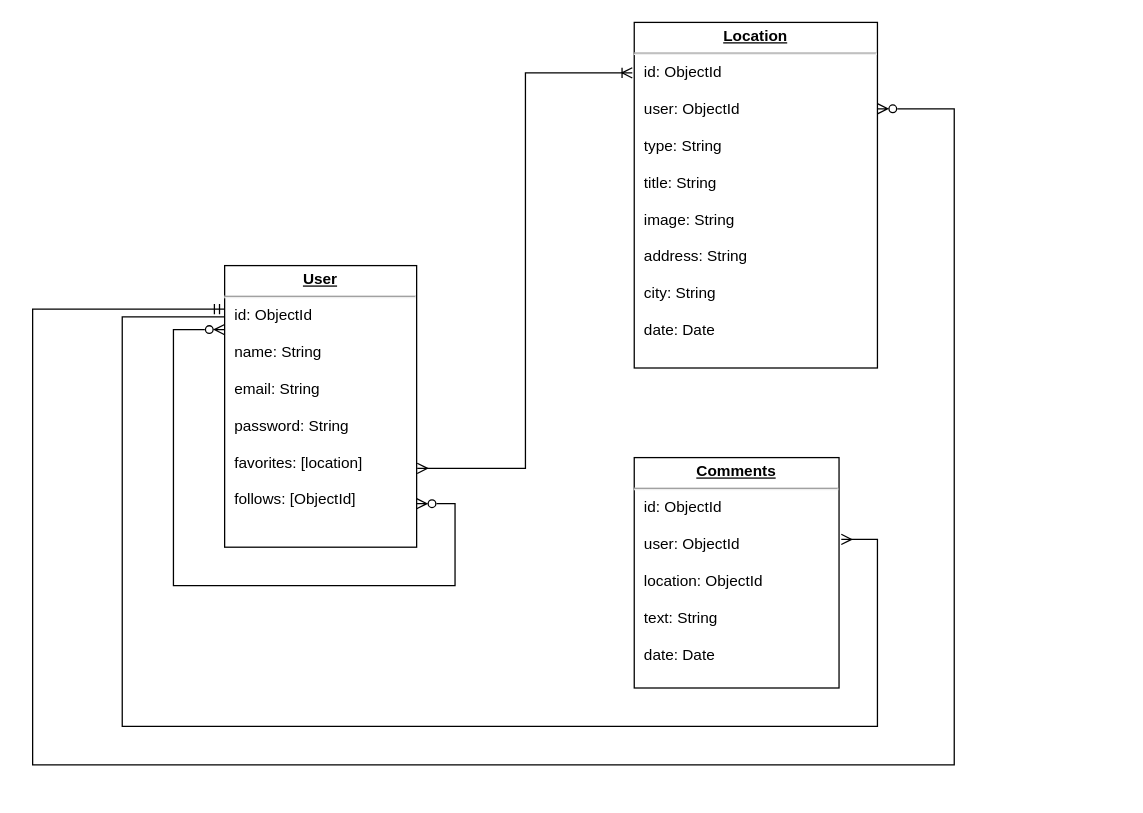
b00tc4mp/neoland-bootcamp-202201 keeps this draw.io diagram as staff/paula-rey/full-stack/final-project/docs/images/data-model.drawio. Above is the earlier version. Source tidied: cells renumbered, new cells numbered last; positions are measured from the earlier drawing's top-left corner, leaving out a move shared by most shapes. Both pictures are drawn from the tidied source at 128%, with x=0, y=0 at pixel (32, 22).
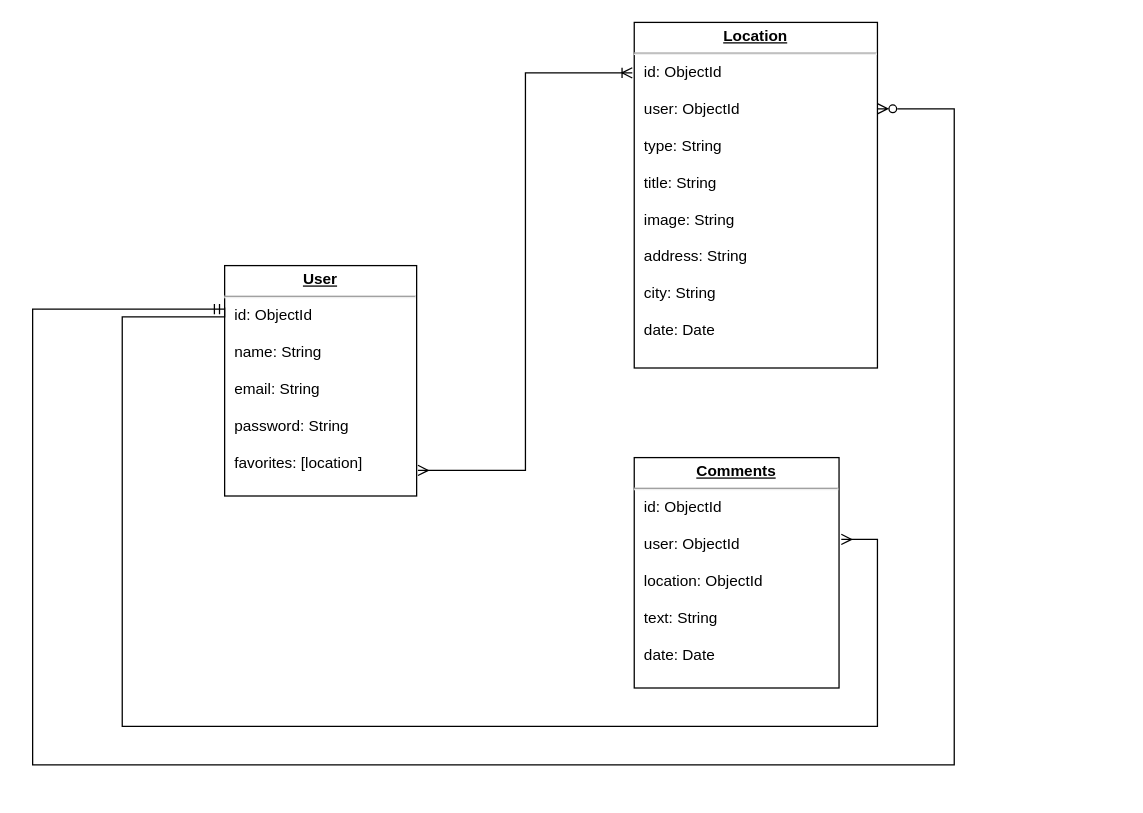
After the change.

The change refers to these unchanged cells:
```xml
<mxCell id="3" value="&lt;p style=&quot;margin: 0px ; margin-top: 4px ; text-align: center ; text-decoration: underline&quot;&gt;&lt;b&gt;Location&lt;/b&gt;&lt;/p&gt;&lt;hr&gt;&lt;p style=&quot;margin: 0px ; margin-left: 8px&quot;&gt;id: ObjectId&lt;/p&gt;&lt;p style=&quot;margin: 0px ; margin-left: 8px&quot;&gt;&lt;br&gt;&lt;/p&gt;&lt;p style=&quot;margin: 0px ; margin-left: 8px&quot;&gt;user: ObjectId&lt;br&gt;&lt;/p&gt;&lt;p style=&quot;margin: 0px ; margin-left: 8px&quot;&gt;&lt;br&gt;&lt;/p&gt;&lt;p style=&quot;margin: 0px ; margin-left: 8px&quot;&gt;type: String&lt;/p&gt;&lt;p style=&quot;margin: 0px ; margin-left: 8px&quot;&gt;&lt;br&gt;&lt;/p&gt;&lt;p style=&quot;margin: 0px ; margin-left: 8px&quot;&gt;title:&amp;nbsp;&lt;span&gt;String&lt;/span&gt;&lt;/p&gt;&lt;p style=&quot;margin: 0px ; margin-left: 8px&quot;&gt;&lt;br&gt;image: String&lt;/p&gt;&lt;p style=&quot;margin: 0px ; margin-left: 8px&quot;&gt;&lt;br&gt;&lt;/p&gt;&lt;p style=&quot;margin: 0px ; margin-left: 8px&quot;&gt;&lt;span&gt;address: String&lt;/span&gt;&lt;/p&gt;&lt;p style=&quot;margin: 0px ; margin-left: 8px&quot;&gt;&lt;span&gt;&lt;br&gt;&lt;/span&gt;&lt;/p&gt;&lt;p style=&quot;margin: 0px ; margin-left: 8px&quot;&gt;city: String&lt;/p&gt;&lt;p style=&quot;margin: 0px ; margin-left: 8px&quot;&gt;&lt;br&gt;&lt;/p&gt;&lt;p style=&quot;margin: 0px ; margin-left: 8px&quot;&gt;date: Date&lt;/p&gt;" style="verticalAlign=top;align=left;overflow=fill;fontSize=12;fontFamily=Helvetica;html=1;" parent="1" vertex="1">
  <mxGeometry x="470" width="190" height="270" as="geometry" />
</mxCell>
```

What changed in the source:
```diff
@@
-    <mxCell id="2" value="&lt;p style=&quot;margin: 0px ; margin-top: 4px ; text-align: center ; text-decoration: underline&quot;&gt;&lt;b&gt;User&lt;/b&gt;&lt;/p&gt;&lt;hr&gt;&lt;p style=&quot;margin: 0px ; margin-left: 8px&quot;&gt;id: ObjectId&lt;/p&gt;&lt;p style=&quot;margin: 0px ; margin-left: 8px&quot;&gt;&lt;br&gt;&lt;/p&gt;&lt;p style=&quot;margin: 0px ; margin-left: 8px&quot;&gt;name:&amp;nbsp;&lt;span&gt;String&lt;/span&gt;&lt;/p&gt;&lt;p style=&quot;margin: 0px ; margin-left: 8px&quot;&gt;&lt;br&gt;email: String&lt;/p&gt;&lt;p style=&quot;margin: 0px ; margin-left: 8px&quot;&gt;&lt;br&gt;&lt;/p&gt;&lt;p style=&quot;margin: 0px ; margin-left: 8px&quot;&gt;password: String&lt;/p&gt;&lt;p style=&quot;margin: 0px ; margin-left: 8px&quot;&gt;&lt;br&gt;&lt;/p&gt;&lt;p style=&quot;margin: 0px ; margin-left: 8px&quot;&gt;favorites: [location]&lt;/p&gt;&lt;p style=&quot;margin: 0px ; margin-left: 8px&quot;&gt;&lt;br&gt;&lt;/p&gt;&lt;p style=&quot;margin: 0px ; margin-left: 8px&quot;&gt;follows: [ObjectId]&lt;/p&gt;" style="verticalAlign=top;align=left;overflow=fill;fontSize=12;fontFamily=Helvetica;html=1;" parent="1" vertex="1">
-      <mxGeometry x="150" y="190" width="150" height="220" as="geometry" />
+    <mxCell id="2" value="&lt;p style=&quot;margin: 0px ; margin-top: 4px ; text-align: center ; text-decoration: underline&quot;&gt;&lt;b&gt;User&lt;/b&gt;&lt;/p&gt;&lt;hr&gt;&lt;p style=&quot;margin: 0px ; margin-left: 8px&quot;&gt;id: ObjectId&lt;/p&gt;&lt;p style=&quot;margin: 0px ; margin-left: 8px&quot;&gt;&lt;br&gt;&lt;/p&gt;&lt;p style=&quot;margin: 0px ; margin-left: 8px&quot;&gt;name:&amp;nbsp;&lt;span&gt;String&lt;/span&gt;&lt;/p&gt;&lt;p style=&quot;margin: 0px ; margin-left: 8px&quot;&gt;&lt;br&gt;email: String&lt;/p&gt;&lt;p style=&quot;margin: 0px ; margin-left: 8px&quot;&gt;&lt;br&gt;&lt;/p&gt;&lt;p style=&quot;margin: 0px ; margin-left: 8px&quot;&gt;password: String&lt;/p&gt;&lt;p style=&quot;margin: 0px ; margin-left: 8px&quot;&gt;&lt;br&gt;&lt;/p&gt;&lt;p style=&quot;margin: 0px ; margin-left: 8px&quot;&gt;favorites: [location]&lt;/p&gt;&lt;p style=&quot;margin: 0px ; margin-left: 8px&quot;&gt;&lt;br&gt;&lt;/p&gt;&lt;p style=&quot;margin: 0px ; margin-left: 8px&quot;&gt;&lt;br&gt;&lt;/p&gt;" style="verticalAlign=top;align=left;overflow=fill;fontSize=12;fontFamily=Helvetica;html=1;" parent="1" vertex="1">
+      <mxGeometry x="150" y="190" width="150" height="180" as="geometry" />
     </mxCell>
@@
-    <mxCell id="9" style="edgeStyle=orthogonalEdgeStyle;fontSize=12;html=1;endArrow=ERoneToMany;rounded=0;entryX=-0.008;entryY=0.146;entryDx=0;entryDy=0;exitX=1.003;exitY=0.72;exitDx=0;exitDy=0;exitPerimeter=0;entryPerimeter=0;startArrow=ERmany;startFill=0;" parent="1" edge="1" source="2" target="3">
-      <mxGeometry relative="1" as="geometry" />
+    <mxCell id="9" style="edgeStyle=orthogonalEdgeStyle;fontSize=12;html=1;endArrow=ERoneToMany;rounded=0;entryX=-0.008;entryY=0.146;entryDx=0;entryDy=0;entryPerimeter=0;startArrow=ERmany;startFill=0;" parent="1" edge="1" target="3">
+      <mxGeometry relative="1" as="geometry">
+        <mxPoint x="301" y="350" as="sourcePoint" />
+        <Array as="points">
+          <mxPoint x="301" y="350" />
+          <mxPoint x="385" y="350" />
+          <mxPoint x="385" y="39" />
+        </Array>
+      </mxGeometry>
     </mxCell>
-    <mxCell id="10" style="edgeStyle=orthogonalEdgeStyle;fontSize=12;html=1;endArrow=ERzeroToMany;startArrow=ERzeroToMany;rounded=0;startFill=0;endFill=0;" parent="1" edge="1" source="2">
-      <mxGeometry relative="1" as="geometry">
-        <mxPoint x="300" y="376" as="targetPoint" />
-        <Array as="points">
-          <mxPoint x="110" y="240" />
-          <mxPoint x="110" y="440" />
-          <mxPoint x="330" y="440" />
-          <mxPoint x="330" y="376" />
-        </Array>
-      </mxGeometry>
-    </mxCell>
```
